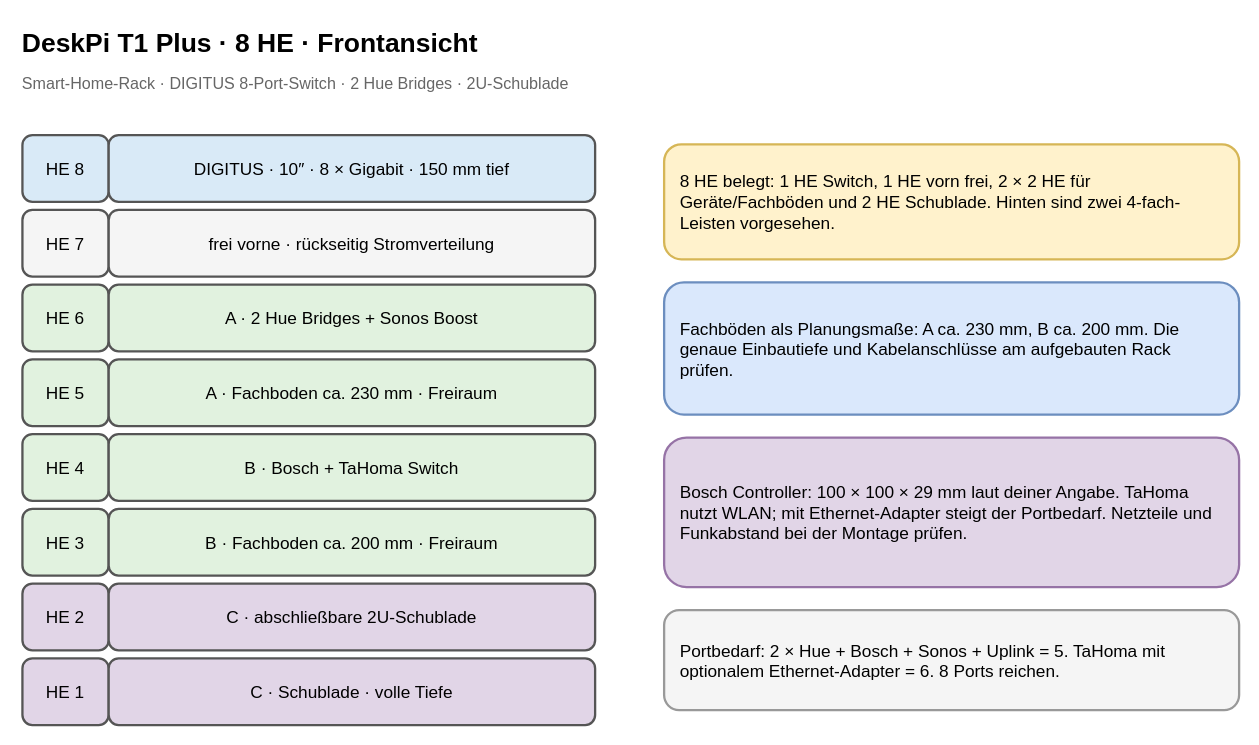
This is page "DeskPi 8 HE – Front" (1 of 4) of 10-zoll-rack-planung.drawio from tiptronic/diagrams, a draw.io file, before an edit. Source tidied: cells renumbered, new cells numbered last; positions are measured from the earlier drawing's top-left corner, leaving out a move shared by most shapes. Both pictures are drawn from the tidied source at 115%, with x=0, y=0 at pixel (20, 20).
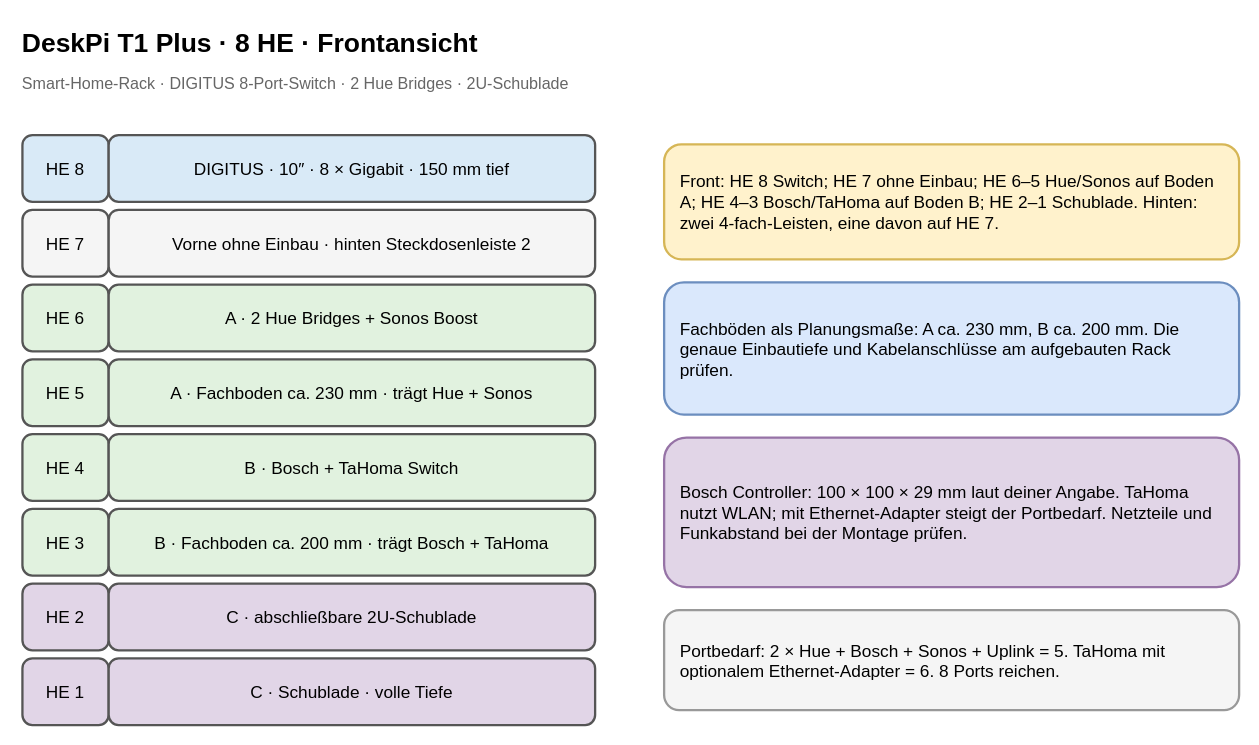
Above is the later version.

Commit message:
Clarify rack unit occupancy in front view

The edit, as a diff of the source:
```diff
@@
-    <mxCell id="7" value="frei vorne · rückseitig Stromverteilung" style="rounded=1;whiteSpace=wrap;html=1;align=center;verticalAlign=middle;strokeWidth=2;fontSize=15;fillColor=#f5f5f5;strokeColor=#555555;" parent="1" vertex="1">
+    <mxCell id="7" value="Vorne ohne Einbau · hinten Steckdosenleiste 2" style="rounded=1;whiteSpace=wrap;html=1;align=center;verticalAlign=middle;strokeWidth=2;fontSize=15;fillColor=#f5f5f5;strokeColor=#555555;" parent="1" vertex="1">
       <mxGeometry x="77" y="165" width="423" height="58" as="geometry" />
     </mxCell>
@@
-    <mxCell id="11" value="A · Fachboden ca. 230 mm · Freiraum" style="rounded=1;whiteSpace=wrap;html=1;align=center;verticalAlign=middle;strokeWidth=2;fontSize=15;fillColor=#e1f2df;strokeColor=#555555;" parent="1" vertex="1">
+    <mxCell id="11" value="A · Fachboden ca. 230 mm · trägt Hue + Sonos" style="rounded=1;whiteSpace=wrap;html=1;align=center;verticalAlign=middle;strokeWidth=2;fontSize=15;fillColor=#e1f2df;strokeColor=#555555;" parent="1" vertex="1">
       <mxGeometry x="77" y="295" width="423" height="58" as="geometry" />
     </mxCell>
@@
-    <mxCell id="15" value="B · Fachboden ca. 200 mm · Freiraum" style="rounded=1;whiteSpace=wrap;html=1;align=center;verticalAlign=middle;strokeWidth=2;fontSize=15;fillColor=#e1f2df;strokeColor=#555555;" parent="1" vertex="1">
+    <mxCell id="15" value="B · Fachboden ca. 200 mm · trägt Bosch + TaHoma" style="rounded=1;whiteSpace=wrap;html=1;align=center;verticalAlign=middle;strokeWidth=2;fontSize=15;fillColor=#e1f2df;strokeColor=#555555;" parent="1" vertex="1">
       <mxGeometry x="77" y="425" width="423" height="58" as="geometry" />
     </mxCell>
@@
-    <mxCell id="20" value="8 HE belegt: 1 HE Switch, 1 HE vorn frei, 2 × 2 HE für Geräte/Fachböden und 2 HE Schublade. Hinten sind zwei 4-fach-Leisten vorgesehen." style="rounded=1;whiteSpace=wrap;html=1;align=center;verticalAlign=middle;strokeWidth=2;fontSize=15;align=left;spacing=14;fillColor=#fff2cc;strokeColor=#d6b656;" parent="1" vertex="1">
+    <mxCell id="20" value="Front: HE 8 Switch; HE 7 ohne Einbau; HE 6–5 Hue/Sonos auf Boden A; HE 4–3 Bosch/TaHoma auf Boden B; HE 2–1 Schublade. Hinten: zwei 4-fach-Leisten, eine davon auf HE 7." style="rounded=1;whiteSpace=wrap;html=1;align=center;verticalAlign=middle;strokeWidth=2;fontSize=15;align=left;spacing=14;fillColor=#fff2cc;strokeColor=#d6b656;" parent="1" vertex="1">
       <mxGeometry x="560" y="108" width="500" height="100" as="geometry" />
     </mxCell>
```
